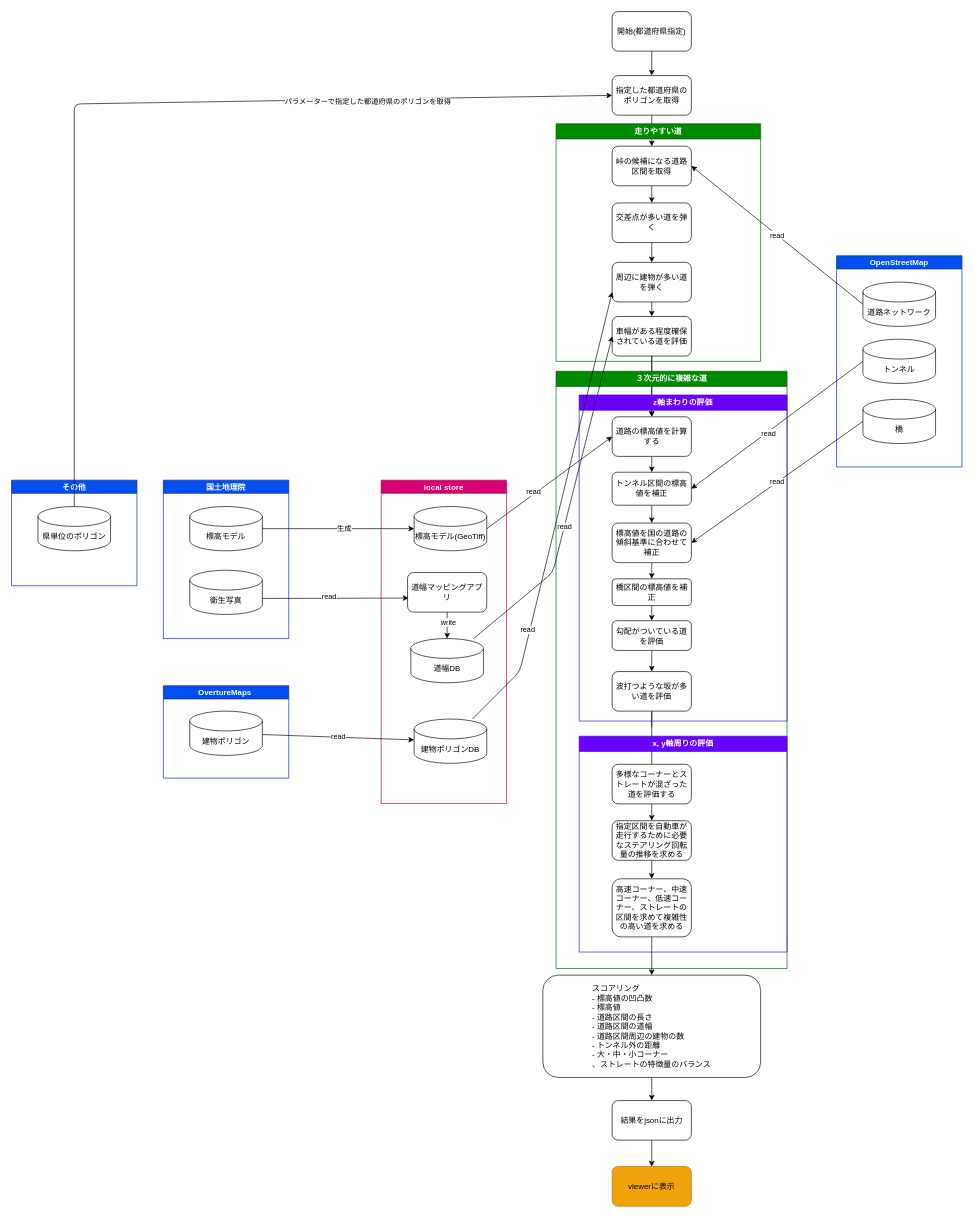
Earlier version of the draw.io diagram main_flow.drawio (ritogk/speedio). Source tidied: cells renumbered, new cells numbered last; positions are measured from the earlier drawing's top-left corner, leaving out a move shared by most shapes. Both pictures are drawn from the tidied source at 66%, with x=0, y=0 at pixel (11, 11).
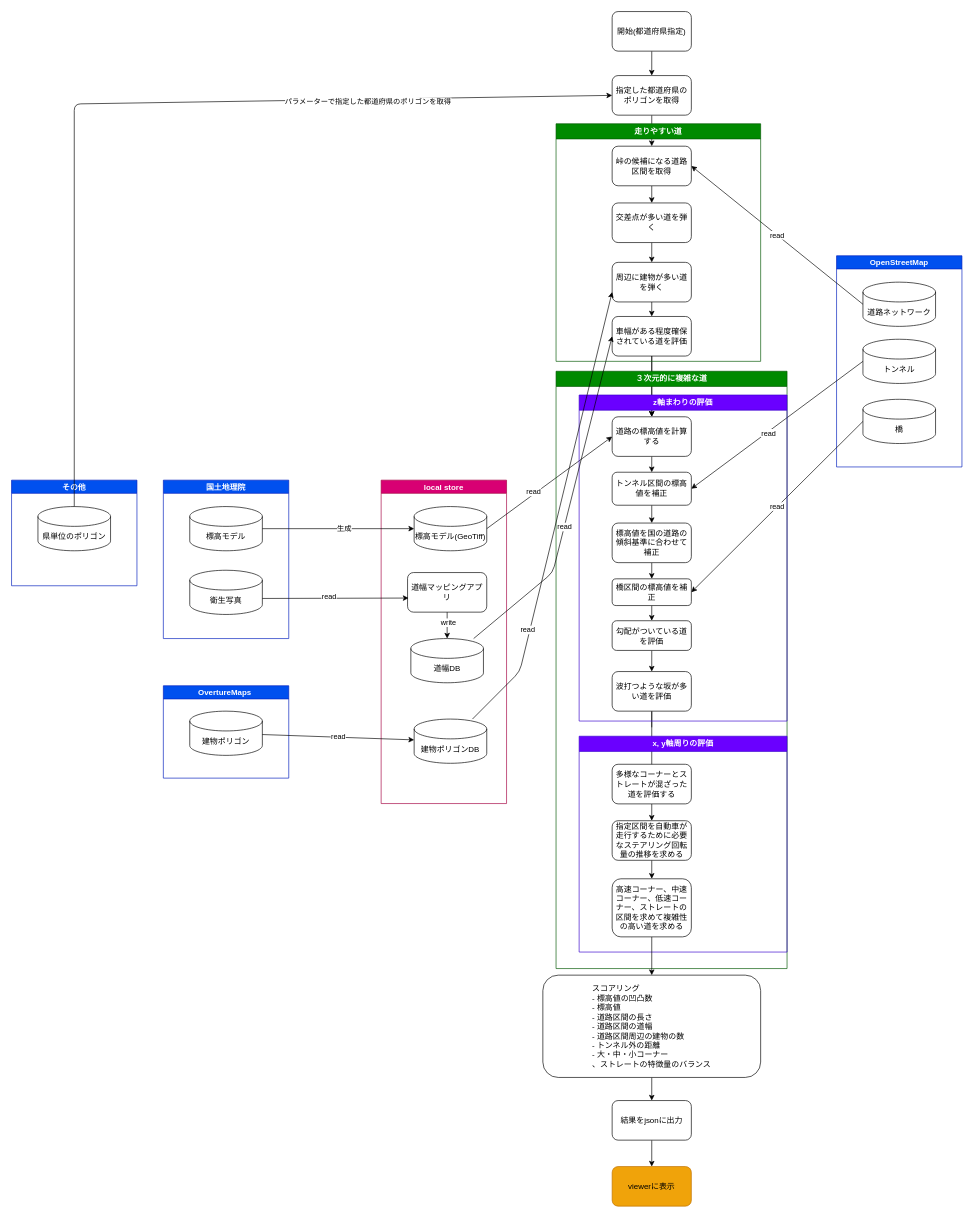
After the change.

Commit message:
フロー修正

The change refers to these unchanged cells:
```xml
<mxCell id="17" value="標高値を国の道路の傾斜基準に合わせて補正" style="whiteSpace=wrap;html=1;rounded=1;" parent="1" vertex="1">
  <mxGeometry x="910" y="775" width="120" height="60" as="geometry" />
</mxCell>
<mxCell id="19" value="橋区間の標高値を補正" style="rounded=1;whiteSpace=wrap;html=1;" parent="1" vertex="1">
  <mxGeometry x="910" y="859.5" width="120" height="40.5" as="geometry" />
</mxCell>
<mxCell id="30" value="橋" style="shape=cylinder3;whiteSpace=wrap;html=1;boundedLbl=1;backgroundOutline=1;size=15;" parent="27" vertex="1">
  <mxGeometry x="40" y="217.5" width="110" height="67" as="geometry" />
</mxCell>
```

The edit, as a diff of the source:
```diff
@@
-    <mxCell id="34" value="read" style="edgeStyle=none;html=1;entryX=1;entryY=0.5;entryDx=0;entryDy=0;exitX=0;exitY=0.5;exitDx=0;exitDy=0;exitPerimeter=0;" parent="1" edge="1" source="30" target="17">
+    <mxCell id="34" value="read" style="edgeStyle=none;html=1;entryX=1;entryY=0.5;entryDx=0;entryDy=0;exitX=0;exitY=0.5;exitDx=0;exitDy=0;exitPerimeter=0;" parent="1" edge="1" source="30" target="19">
       <mxGeometry relative="1" as="geometry" />
     </mxCell>
```
